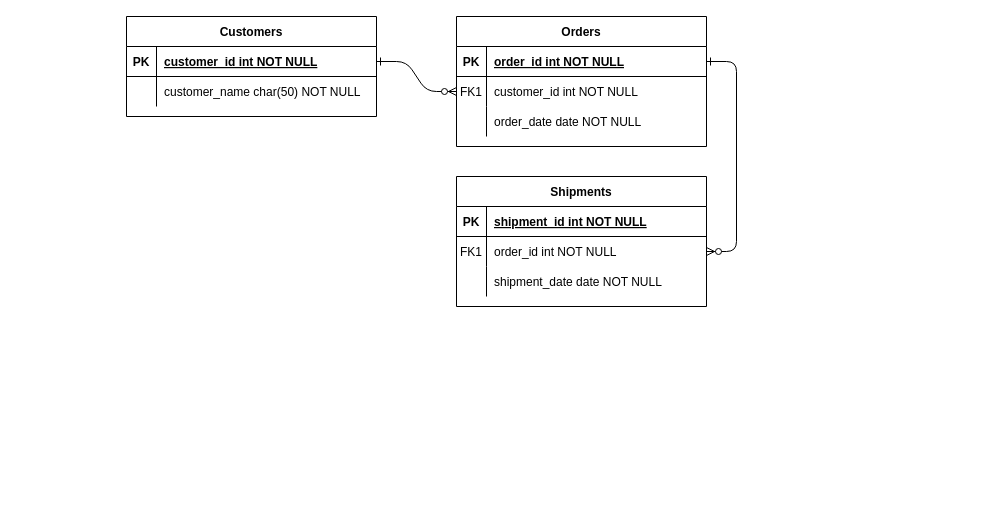
Before: Untitled Diagram.drawio in jaden-2/FindMyShuttle, a draw.io diagram. Source tidied: cells renumbered, new cells numbered last; positions are measured from the earlier drawing's top-left corner, leaving out a move shared by most shapes. Both pictures are drawn from the tidied source at 100%, with x=0, y=0 at pixel (126, 16).
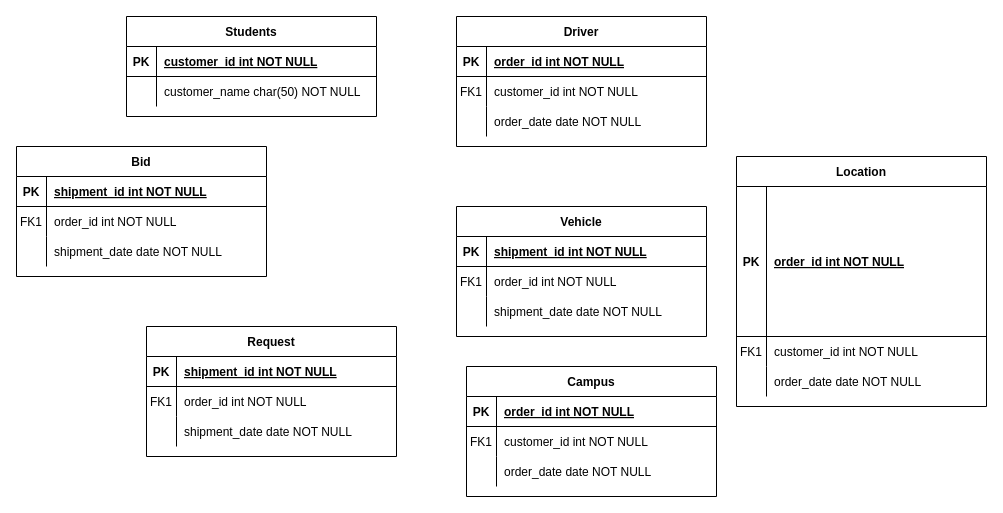
Above is the later version.

Unchanged cells that the change refers to:
```xml
<mxCell id="5" style="shape=partialRectangle;fillColor=none;points=[[0,0.5],[1,0.5]];portConstraint=eastwest;top=0;left=0;right=0;bottom=1;" parent="4" vertex="1">
  <mxGeometry y="30" width="250" height="30" as="geometry" />
</mxCell>
<mxCell id="8" style="shape=partialRectangle;fillColor=none;points=[[0,0.5],[1,0.5]];portConstraint=eastwest;top=0;left=0;right=0;bottom=0;" parent="4" vertex="1">
  <mxGeometry y="60" width="250" height="30" as="geometry" />
</mxCell>
<mxCell id="18" style="shape=partialRectangle;fillColor=none;points=[[0,0.5],[1,0.5]];portConstraint=eastwest;top=0;left=0;right=0;bottom=0;" parent="14" vertex="1">
  <mxGeometry y="60" width="250" height="30" as="geometry" />
</mxCell>
<mxCell id="25" style="shape=partialRectangle;fillColor=none;points=[[0,0.5],[1,0.5]];portConstraint=eastwest;top=0;left=0;right=0;bottom=1;" parent="24" vertex="1">
  <mxGeometry y="30" width="250" height="30" as="geometry" />
</mxCell>
```

Change to the diagram source:
```diff
@@
-    <mxCell id="2" style="edgeStyle=entityRelationEdgeStyle;endArrow=ERzeroToMany;startArrow=ERone;endFill=1;startFill=0;" parent="1" edge="1" source="25" target="8">
-      <mxGeometry relative="1" as="geometry" />
-    </mxCell>
-    <mxCell id="3" style="edgeStyle=entityRelationEdgeStyle;endArrow=ERzeroToMany;startArrow=ERone;endFill=1;startFill=0;" parent="1" edge="1" source="5" target="18">
-      <mxGeometry relative="1" as="geometry" />
-    </mxCell>
-    <mxCell id="4" value="Orders" style="shape=table;startSize=30;childLayout=tableLayout;rowLines=0;fontStyle=1;align=center;" parent="1" vertex="1">
+    <mxCell id="4" value="Driver" style="shape=table;startSize=30;childLayout=tableLayout;rowLines=0;fontStyle=1;align=center;" parent="1" vertex="1">
       <mxGeometry x="330" width="250" height="130" as="geometry" />
     </mxCell>
@@
-    <mxCell id="14" value="Shipments" style="shape=table;startSize=30;childLayout=tableLayout;rowLines=0;fontStyle=1;align=center;" parent="1" vertex="1">
-      <mxGeometry x="330" y="160" width="250" height="130" as="geometry" />
+    <mxCell id="14" value="Vehicle" style="shape=table;startSize=30;childLayout=tableLayout;rowLines=0;fontStyle=1;align=center;" parent="1" vertex="1">
+      <mxGeometry x="330" y="190" width="250" height="130" as="geometry" />
     </mxCell>
@@
-    <mxCell id="24" value="Customers" style="shape=table;startSize=30;childLayout=tableLayout;rowLines=0;fontStyle=1;align=center;" parent="1" vertex="1">
+    <mxCell id="24" value="Students" style="shape=table;startSize=30;childLayout=tableLayout;rowLines=0;fontStyle=1;align=center;" parent="1" vertex="1">
       <mxGeometry width="250" height="100" as="geometry" />
     </mxCell>
@@
+    <mxCell id="31" value="Request" style="shape=table;startSize=30;childLayout=tableLayout;rowLines=0;fontStyle=1;align=center;" parent="1" vertex="1">
+      <mxGeometry x="20" y="310" width="250" height="130" as="geometry" />
+    </mxCell>
+    <mxCell id="32" style="shape=partialRectangle;fillColor=none;top=0;left=0;right=0;bottom=1;" parent="31" vertex="1">
+      <mxGeometry y="30" width="250" height="30" as="geometry" />
+    </mxCell>
+    <mxCell id="33" value="PK" style="shape=partialRectangle;overflow=hidden;fillColor=none;top=0;left=0;bottom=0;right=0;fontStyle=1;" parent="32" vertex="1">
+      <mxGeometry width="30" height="30" as="geometry" />
+    </mxCell>
+    <mxCell id="34" value="shipment_id int NOT NULL " style="shape=partialRectangle;overflow=hidden;fillColor=none;top=0;left=0;bottom=0;right=0;align=left;spacingLeft=6;fontStyle=5;" parent="32" vertex="1">
+      <mxGeometry x="30" width="220" height="30" as="geometry" />
+    </mxCell>
+    <mxCell id="35" style="shape=partialRectangle;fillColor=none;top=0;left=0;right=0;bottom=0;" parent="31" vertex="1">
+      <mxGeometry y="60" width="250" height="30" as="geometry" />
+    </mxCell>
+    <mxCell id="36" value="FK1" style="shape=partialRectangle;overflow=hidden;fillColor=none;top=0;left=0;bottom=0;right=0;" parent="35" vertex="1">
+      <mxGeometry width="30" height="30" as="geometry" />
+    </mxCell>
+    <mxCell id="37" value="order_id int NOT NULL" style="shape=partialRectangle;overflow=hidden;fillColor=none;top=0;left=0;bottom=0;right=0;align=left;spacingLeft=6;" parent="35" vertex="1">
+      <mxGeometry x="30" width="220" height="30" as="geometry" />
+    </mxCell>
+    <mxCell id="38" style="shape=partialRectangle;fillColor=none;top=0;left=0;right=0;bottom=0;" parent="31" vertex="1">
+      <mxGeometry y="90" width="250" height="30" as="geometry" />
+    </mxCell>
+    <mxCell id="39" style="shape=partialRectangle;overflow=hidden;fillColor=none;top=0;left=0;bottom=0;right=0;" parent="38" vertex="1">
+      <mxGeometry width="30" height="30" as="geometry" />
+    </mxCell>
+    <mxCell id="40" value="shipment_date date NOT NULL" style="shape=partialRectangle;overflow=hidden;fillColor=none;top=0;left=0;bottom=0;right=0;align=left;spacingLeft=6;" parent="38" vertex="1">
+      <mxGeometry x="30" width="220" height="30" as="geometry" />
+    </mxCell>
+    <mxCell id="41" value="Bid" style="shape=table;startSize=30;childLayout=tableLayout;rowLines=0;fontStyle=1;align=center;" parent="1" vertex="1">
+      <mxGeometry x="-110" y="130" width="250" height="130" as="geometry" />
+    </mxCell>
+    <mxCell id="42" style="shape=partialRectangle;fillColor=none;top=0;left=0;right=0;bottom=1;" parent="41" vertex="1">
+      <mxGeometry y="30" width="250" height="30" as="geometry" />
+    </mxCell>
+    <mxCell id="43" value="PK" style="shape=partialRectangle;overflow=hidden;fillColor=none;top=0;left=0;bottom=0;right=0;fontStyle=1;" parent="42" vertex="1">
+      <mxGeometry width="30" height="30" as="geometry" />
+    </mxCell>
+    <mxCell id="44" value="shipment_id int NOT NULL " style="shape=partialRectangle;overflow=hidden;fillColor=none;top=0;left=0;bottom=0;right=0;align=left;spacingLeft=6;fontStyle=5;" parent="42" vertex="1">
+      <mxGeometry x="30" width="220" height="30" as="geometry" />
+    </mxCell>
+    <mxCell id="45" style="shape=partialRectangle;fillColor=none;top=0;left=0;right=0;bottom=0;" parent="41" vertex="1">
+      <mxGeometry y="60" width="250" height="30" as="geometry" />
+    </mxCell>
+    <mxCell id="46" value="FK1" style="shape=partialRectangle;overflow=hidden;fillColor=none;top=0;left=0;bottom=0;right=0;" parent="45" vertex="1">
+      <mxGeometry width="30" height="30" as="geometry" />
+    </mxCell>
+    <mxCell id="47" value="order_id int NOT NULL" style="shape=partialRectangle;overflow=hidden;fillColor=none;top=0;left=0;bottom=0;right=0;align=left;spacingLeft=6;" parent="45" vertex="1">
+      <mxGeometry x="30" width="220" height="30" as="geometry" />
+    </mxCell>
+    <mxCell id="48" style="shape=partialRectangle;fillColor=none;top=0;left=0;right=0;bottom=0;" parent="41" vertex="1">
+      <mxGeometry y="90" width="250" height="30" as="geometry" />
+    </mxCell>
+    <mxCell id="49" style="shape=partialRectangle;overflow=hidden;fillColor=none;top=0;left=0;bottom=0;right=0;" parent="48" vertex="1">
+      <mxGeometry width="30" height="30" as="geometry" />
+    </mxCell>
+    <mxCell id="50" value="shipment_date date NOT NULL" style="shape=partialRectangle;overflow=hidden;fillColor=none;top=0;left=0;bottom=0;right=0;align=left;spacingLeft=6;" parent="48" vertex="1">
+      <mxGeometry x="30" width="220" height="30" as="geometry" />
+    </mxCell>
+    <mxCell id="51" value="Location" style="shape=table;startSize=30;childLayout=tableLayout;rowLines=0;fontStyle=1;align=center;" parent="1" vertex="1">
+      <mxGeometry x="610" y="140" width="250" height="250" as="geometry" />
+    </mxCell>
+    <mxCell id="52" style="shape=partialRectangle;fillColor=none;top=0;left=0;right=0;bottom=1;" parent="51" vertex="1">
+      <mxGeometry y="30" width="250" height="150" as="geometry" />
+    </mxCell>
+    <mxCell id="53" value="PK" style="shape=partialRectangle;overflow=hidden;fillColor=none;top=0;left=0;bottom=0;right=0;fontStyle=1;" parent="52" vertex="1">
+      <mxGeometry width="30" height="150" as="geometry" />
+    </mxCell>
+    <mxCell id="54" value="order_id int NOT NULL " style="shape=partialRectangle;overflow=hidden;fillColor=none;top=0;left=0;bottom=0;right=0;align=left;spacingLeft=6;fontStyle=5;" parent="52" vertex="1">
+      <mxGeometry x="30" width="220" height="150" as="geometry" />
+    </mxCell>
+    <mxCell id="55" style="shape=partialRectangle;fillColor=none;top=0;left=0;right=0;bottom=0;" parent="51" vertex="1">
+      <mxGeometry y="180" width="250" height="30" as="geometry" />
+    </mxCell>
+    <mxCell id="56" value="FK1" style="shape=partialRectangle;overflow=hidden;fillColor=none;top=0;left=0;bottom=0;right=0;" parent="55" vertex="1">
+      <mxGeometry width="30" height="30" as="geometry" />
+    </mxCell>
+    <mxCell id="57" value="customer_id int NOT NULL" style="shape=partialRectangle;overflow=hidden;fillColor=none;top=0;left=0;bottom=0;right=0;align=left;spacingLeft=6;" parent="55" vertex="1">
+      <mxGeometry x="30" width="220" height="30" as="geometry" />
+    </mxCell>
+    <mxCell id="58" style="shape=partialRectangle;fillColor=none;top=0;left=0;right=0;bottom=0;" parent="51" vertex="1">
+      <mxGeometry y="210" width="250" height="30" as="geometry" />
+    </mxCell>
+    <mxCell id="59" style="shape=partialRectangle;overflow=hidden;fillColor=none;top=0;left=0;bottom=0;right=0;" parent="58" vertex="1">
+      <mxGeometry width="30" height="30" as="geometry" />
+    </mxCell>
+    <mxCell id="60" value="order_date date NOT NULL" style="shape=partialRectangle;overflow=hidden;fillColor=none;top=0;left=0;bottom=0;right=0;align=left;spacingLeft=6;" parent="58" vertex="1">
+      <mxGeometry x="30" width="220" height="30" as="geometry" />
+    </mxCell>
+    <mxCell id="61" value="Campus" style="shape=table;startSize=30;childLayout=tableLayout;rowLines=0;fontStyle=1;align=center;" parent="1" vertex="1">
+      <mxGeometry x="340" y="350" width="250" height="130" as="geometry" />
+    </mxCell>
+    <mxCell id="62" style="shape=partialRectangle;fillColor=none;top=0;left=0;right=0;bottom=1;" parent="61" vertex="1">
+      <mxGeometry y="30" width="250" height="30" as="geometry" />
+    </mxCell>
+    <mxCell id="63" value="PK" style="shape=partialRectangle;overflow=hidden;fillColor=none;top=0;left=0;bottom=0;right=0;fontStyle=1;" parent="62" vertex="1">
+      <mxGeometry width="30" height="30" as="geometry" />
+    </mxCell>
+    <mxCell id="64" value="order_id int NOT NULL " style="shape=partialRectangle;overflow=hidden;fillColor=none;top=0;left=0;bottom=0;right=0;align=left;spacingLeft=6;fontStyle=5;" parent="62" vertex="1">
+      <mxGeometry x="30" width="220" height="30" as="geometry" />
+    </mxCell>
+    <mxCell id="65" style="shape=partialRectangle;fillColor=none;top=0;left=0;right=0;bottom=0;" parent="61" vertex="1">
+      <mxGeometry y="60" width="250" height="30" as="geometry" />
+    </mxCell>
+    <mxCell id="66" value="FK1" style="shape=partialRectangle;overflow=hidden;fillColor=none;top=0;left=0;bottom=0;right=0;" parent="65" vertex="1">
+      <mxGeometry width="30" height="30" as="geometry" />
+    </mxCell>
+    <mxCell id="67" value="customer_id int NOT NULL" style="shape=partialRectangle;overflow=hidden;fillColor=none;top=0;left=0;bottom=0;right=0;align=left;spacingLeft=6;" parent="65" vertex="1">
+      <mxGeometry x="30" width="220" height="30" as="geometry" />
+    </mxCell>
+    <mxCell id="68" style="shape=partialRectangle;fillColor=none;top=0;left=0;right=0;bottom=0;" parent="61" vertex="1">
+      <mxGeometry y="90" width="250" height="30" as="geometry" />
+    </mxCell>
+    <mxCell id="69" style="shape=partialRectangle;overflow=hidden;fillColor=none;top=0;left=0;bottom=0;right=0;" parent="68" vertex="1">
+      <mxGeometry width="30" height="30" as="geometry" />
+    </mxCell>
+    <mxCell id="70" value="order_date date NOT NULL" style="shape=partialRectangle;overflow=hidden;fillColor=none;top=0;left=0;bottom=0;right=0;align=left;spacingLeft=6;" parent="68" vertex="1">
+      <mxGeometry x="30" width="220" height="30" as="geometry" />
+    </mxCell>
```
